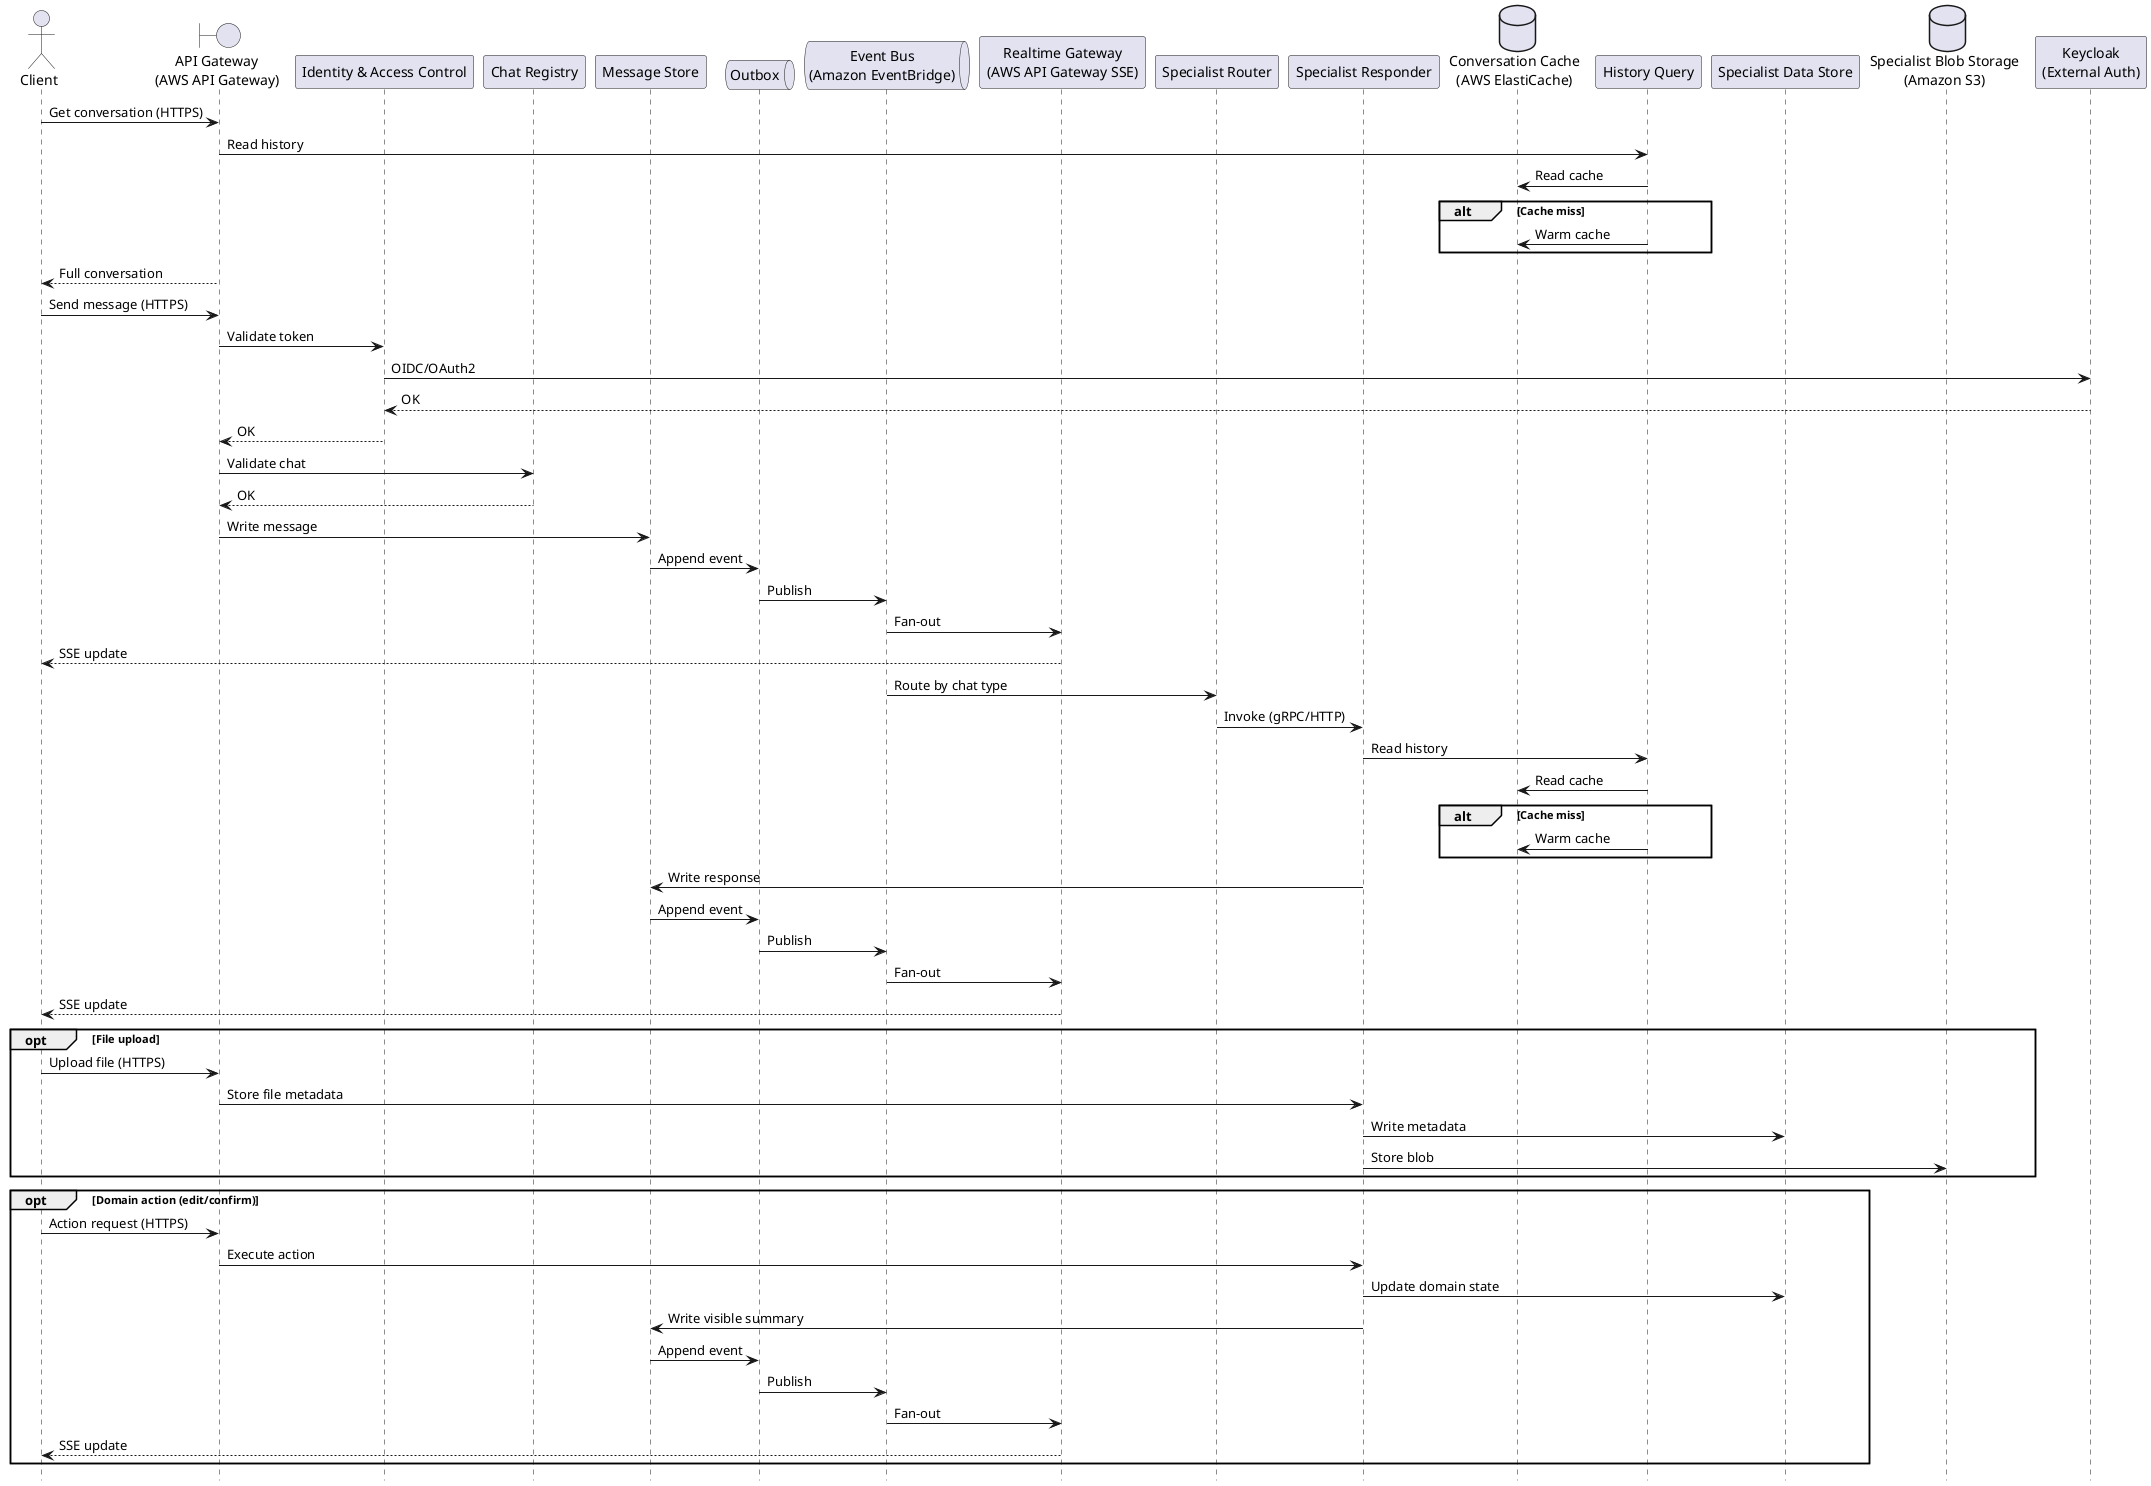
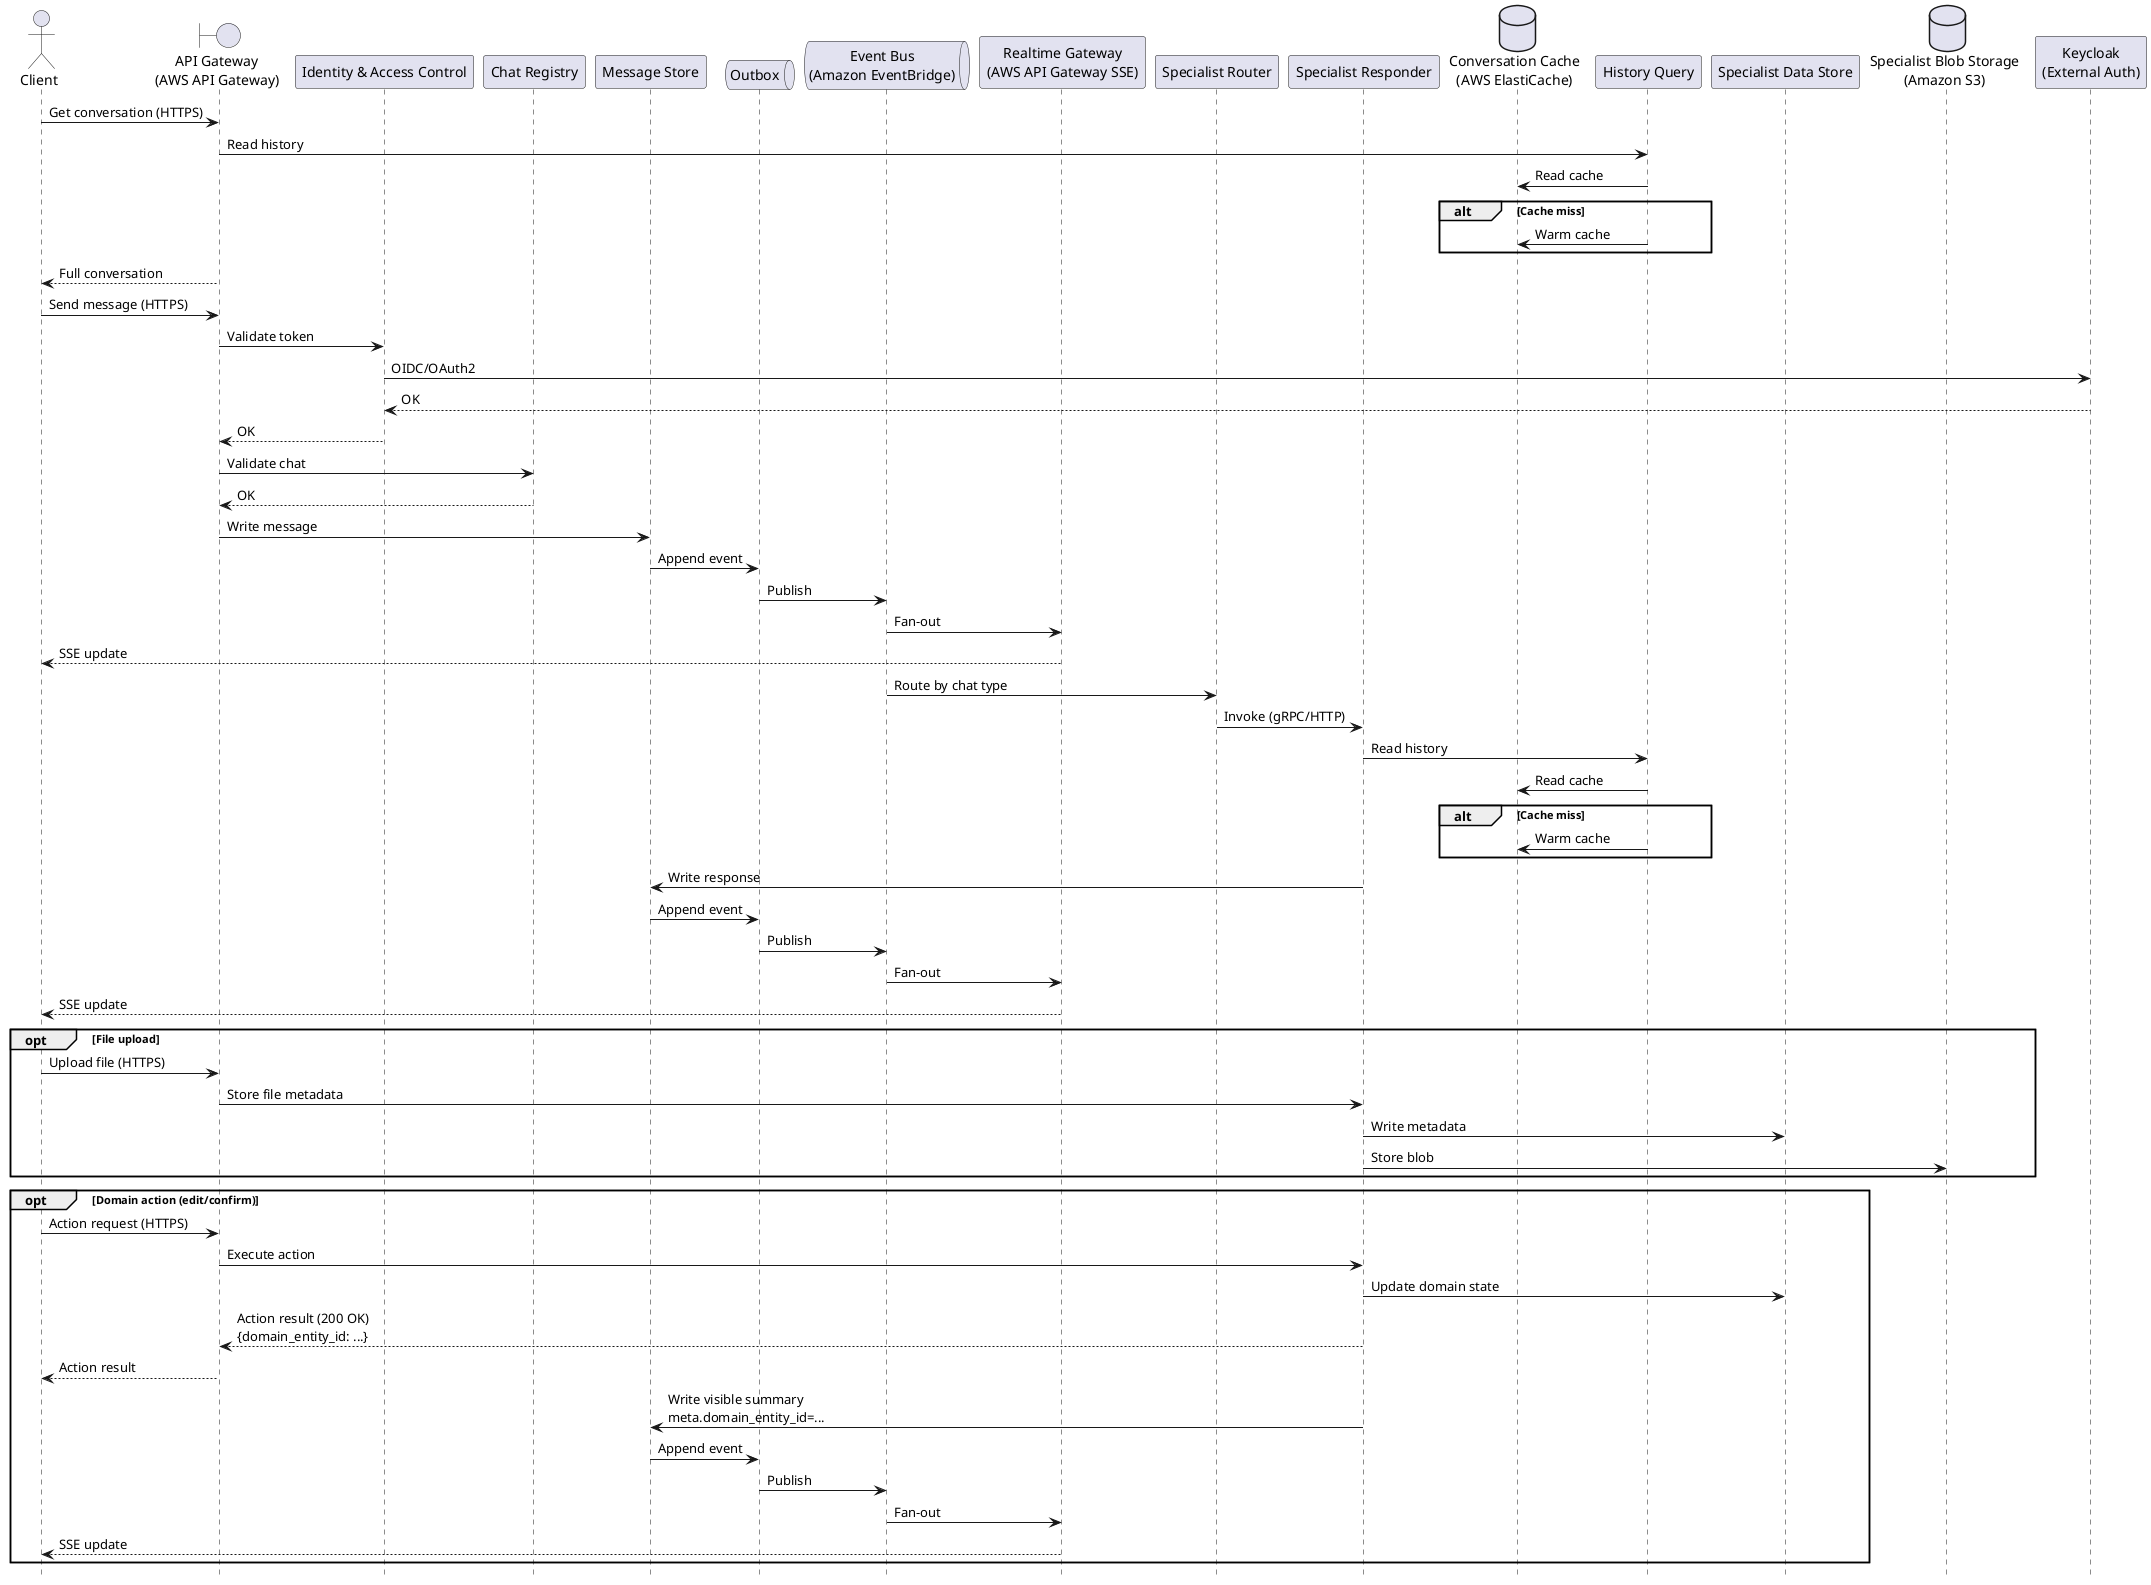
@startuml
hide footbox

actor Client
boundary "API Gateway\n(AWS API Gateway)" as APIGW
participant "Identity & Access Control" as IAM
participant "Chat Registry" as ChatReg
participant "Message Store" as MsgStore
queue "Outbox" as Outbox
queue "Event Bus\n(Amazon EventBridge)" as EventBus
participant "Realtime Gateway\n(AWS API Gateway SSE)" as RTGW
participant "Specialist Router" as Router
participant "Specialist Responder" as Specialist
database "Conversation Cache\n(AWS ElastiCache)" as Cache
participant "History Query" as History
participant "Specialist Data Store" as SpecDB
database "Specialist Blob Storage\n(Amazon S3)" as SpecBlob

participant "Keycloak\n(External Auth)" as Keycloak

Client -> APIGW : Get conversation (HTTPS)
APIGW -> History : Read history
History -> Cache : Read cache
alt Cache miss
  History -> Cache : Warm cache
end
APIGW --> Client : Full conversation

Client -> APIGW : Send message (HTTPS)
APIGW -> IAM : Validate token
IAM -> Keycloak : OIDC/OAuth2
Keycloak --> IAM : OK
IAM --> APIGW : OK
APIGW -> ChatReg : Validate chat
ChatReg --> APIGW : OK
APIGW -> MsgStore : Write message
MsgStore -> Outbox : Append event
Outbox -> EventBus : Publish
EventBus -> RTGW : Fan-out
RTGW --> Client : SSE update

EventBus -> Router : Route by chat type
Router -> Specialist : Invoke (gRPC/HTTP)

Specialist -> History : Read history
History -> Cache : Read cache
alt Cache miss
  History -> Cache : Warm cache
end
Specialist -> MsgStore : Write response
MsgStore -> Outbox : Append event
Outbox -> EventBus : Publish
EventBus -> RTGW : Fan-out
RTGW --> Client : SSE update

opt File upload
  Client -> APIGW : Upload file (HTTPS)
  APIGW -> Specialist : Store file metadata
  Specialist -> SpecDB : Write metadata
  Specialist -> SpecBlob : Store blob
end

opt Domain action (edit/confirm)
  Client -> APIGW : Action request (HTTPS)
  APIGW -> Specialist : Execute action
  Specialist -> SpecDB : Update domain state
-   Specialist -> MsgStore : Write visible summary
+   Specialist --> APIGW : Action result (200 OK)\n{domain_entity_id: ...}
+   APIGW --> Client : Action result
+   Specialist -> MsgStore : Write visible summary\nmeta.domain_entity_id=...
  MsgStore -> Outbox : Append event
  Outbox -> EventBus : Publish
  EventBus -> RTGW : Fan-out
  RTGW --> Client : SSE update
end

@enduml
